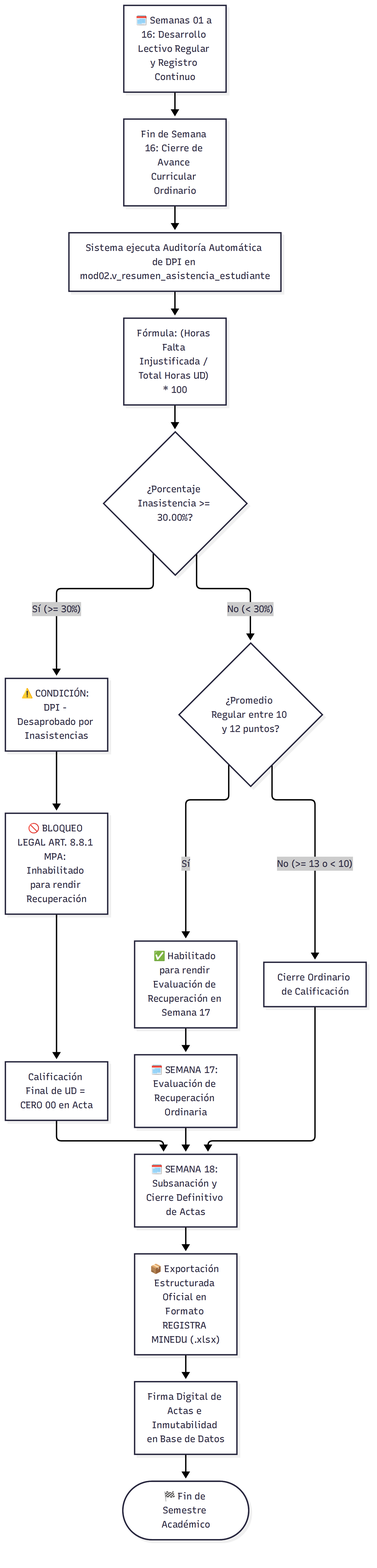
Before: src/02_Modulos/Intranet.Modulo02/Docs/img/04_diagrama_actividad_cierre_sem17_sem18_registra.png, a diagram exported from Mermaid (felipeostosb/intranet-institucional-modular). Its source is kept beside it as src/02_Modulos/Intranet.Modulo02/Docs/img/04_diagrama_actividad_cierre_sem17_sem18_registra.mmd. The source it was exported from:
```mermaid
flowchart TD
    Semanas116["🗓️ Semanas 01 a 16: Desarrollo Lectivo Regular y Registro Continuo"] --> FinSem16["Fin de Semana 16: Cierre de Avance Curricular Ordinario"]

    FinSem16 --> AuditoriaDpi["Sistema ejecuta Auditoría Automática de DPI en mod02.v_resumen_asistencia_estudiante"]
    AuditoriaDpi --> FormulaDpi["Fórmula: (Horas Falta Injustificada / Total Horas UD) * 100"]

    FormulaDpi --> EvaluaDpi{"¿Porcentaje Inasistencia >= 30.00%?"}

    EvaluaDpi -- Sí (>= 30%) --> CondicionDPI["⚠️ CONDICIÓN: DPI - Desaprobado por Inasistencias"]
    CondicionDPI --> BloqueoSem17["🚫 BLOQUEO LEGAL ART. 8.8.1 MPA: Inhabilitado para rendir Recuperación"]
    BloqueoSem17 --> NotaCero["Calificación Final de UD = CERO 00 en Acta"]

    EvaluaDpi -- No (< 30%) --> EvaluaPromedio{"¿Promedio Regular entre 10 y 12 puntos?"}
    EvaluaPromedio -- Sí --> HabilitaSem17["✅ Habilitado para rendir Evaluación de Recuperación en Semana 17"]
    EvaluaPromedio -- No (>= 13 o < 10) --> CierreDirecto["Cierre Ordinario de Calificación"]

    HabilitaSem17 --> Sem17["🗓️ SEMANA 17: Evaluación de Recuperación Ordinaria"]
    Sem17 --> Sem18["🗓️ SEMANA 18: Subsanación y Cierre Definitivo de Actas"]

    NotaCero --> Sem18
    CierreDirecto --> Sem18

    Sem18 --> ExportaRegistra["📦 Exportación Estructurada Oficial en Formato REGISTRA MINEDU (.xlsx)"]
    ExportaRegistra --> FirmaActas["Firma Digital de Actas e Inmutabilidad en Base de Datos"]
    FirmaActas --> Fin(["🏁 Fin de Semestre Académico"])
```
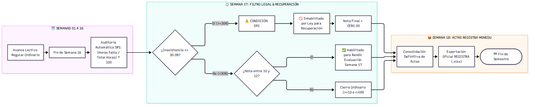
The same diagram one commit later.

Diff of the diagram source:
```diff
@@ -1,25 +1,24 @@
-flowchart TD
-    Semanas116["🗓️ Semanas 01 a 16: Desarrollo Lectivo Regular y Registro Continuo"] --> FinSem16["Fin de Semana 16: Cierre de Avance Curricular Ordinario"]
+flowchart LR
+    subgraph Bloque1["🗓️ SEMANAS 01 A 16"]
+        A["Avance Lectivo Regular Ordinario"] --> B["Fin de Semana 16"]
+        B --> C["Auditoría Automática DPI: (Horas Falta / Total Horas) * 100"]
+    end
 
-    FinSem16 --> AuditoriaDpi["Sistema ejecuta Auditoría Automática de DPI en mod02.v_resumen_asistencia_estudiante"]
-    AuditoriaDpi --> FormulaDpi["Fórmula: (Horas Falta Injustificada / Total Horas UD) * 100"]
+    subgraph Bloque2["⚖️ SEMANA 17: FILTRO LEGAL & RECUPERACIÓN"]
+        C --> D{¿Inasistencia >= 30.0%?}
+        D -- Sí (>=30%) --> E["⚠️ CONDICIÓN DPI"]
+        E --> F["🚫 Inhabilitado por Ley para Recuperación"]
+        F --> G["Nota Final = CERO 00"]
 
-    FormulaDpi --> EvaluaDpi{"¿Porcentaje Inasistencia >= 30.00%?"}
+        D -- No (<30%) --> H{¿Nota entre 10 y 12?}
+        H -- Sí --> I["✅ Habilitado para Rendir Evaluación Semana 17"]
+        H -- No --> J["Cierre Ordinario (>=13 o <=09)"]
+    end
 
-    EvaluaDpi -- Sí (>= 30%) --> CondicionDPI["⚠️ CONDICIÓN: DPI - Desaprobado por Inasistencias"]
-    CondicionDPI --> BloqueoSem17["🚫 BLOQUEO LEGAL ART. 8.8.1 MPA: Inhabilitado para rendir Recuperación"]
-    BloqueoSem17 --> NotaCero["Calificación Final de UD = CERO 00 en Acta"]
-
-    EvaluaDpi -- No (< 30%) --> EvaluaPromedio{"¿Promedio Regular entre 10 y 12 puntos?"}
-    EvaluaPromedio -- Sí --> HabilitaSem17["✅ Habilitado para rendir Evaluación de Recuperación en Semana 17"]
-    EvaluaPromedio -- No (>= 13 o < 10) --> CierreDirecto["Cierre Ordinario de Calificación"]
-
-    HabilitaSem17 --> Sem17["🗓️ SEMANA 17: Evaluación de Recuperación Ordinaria"]
-    Sem17 --> Sem18["🗓️ SEMANA 18: Subsanación y Cierre Definitivo de Actas"]
-
-    NotaCero --> Sem18
-    CierreDirecto --> Sem18
-
-    Sem18 --> ExportaRegistra["📦 Exportación Estructurada Oficial en Formato REGISTRA MINEDU (.xlsx)"]
-    ExportaRegistra --> FirmaActas["Firma Digital de Actas e Inmutabilidad en Base de Datos"]
-    FirmaActas --> Fin(["🏁 Fin de Semestre Académico"])
+    subgraph Bloque3["📦 SEMANA 18: ACTAS REGISTRA MINEDU"]
+        G --> K["Consolidación Definitiva de Actas"]
+        I --> K
+        J --> K
+        K --> L["Exportación Oficial REGISTRA (.xlsx)"]
+        L --> M([🏁 Fin de Semestre])
+    end
```
